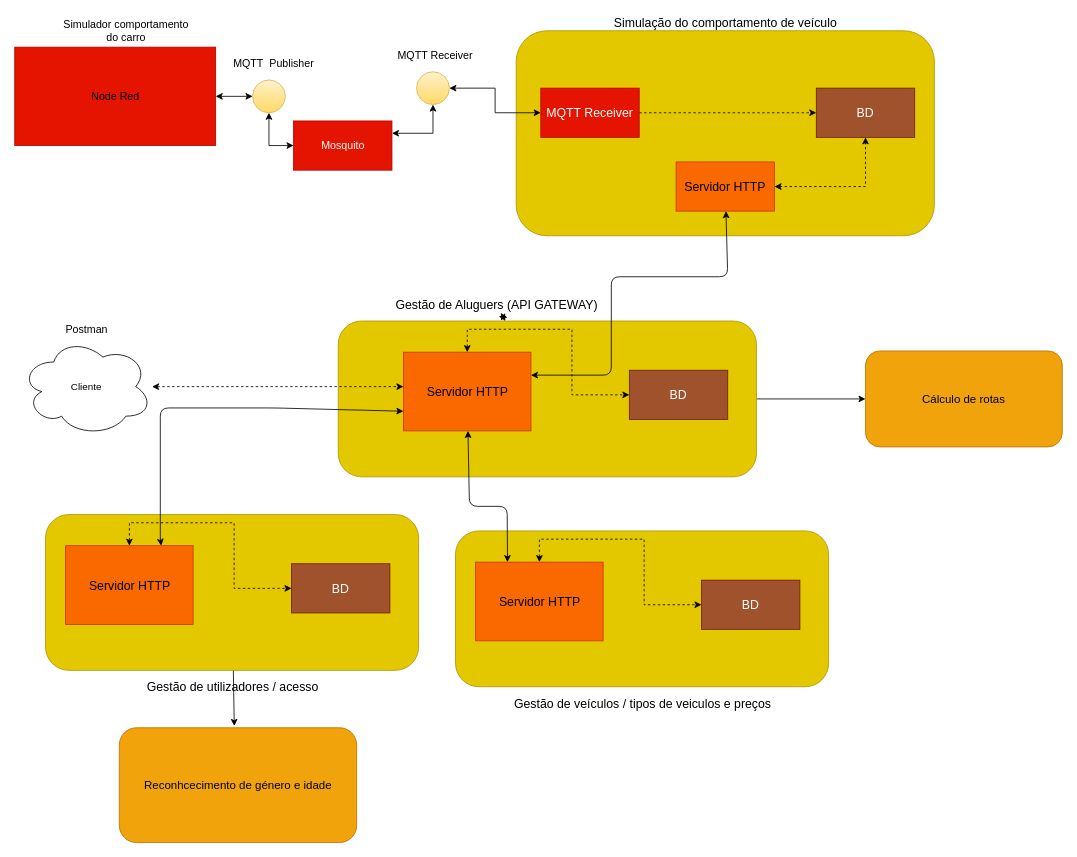
Earlier version of the draw.io diagram page "V1" (1 of 2) of _documentation/architecture.drawio (ricsab/Trabalho-PCC). Source tidied: cells renumbered, new cells numbered last; positions are measured from the earlier drawing's top-left corner, leaving out a move shared by most shapes. Both pictures are drawn from the tidied source at 82%, with x=0, y=0 at pixel (14, 14).
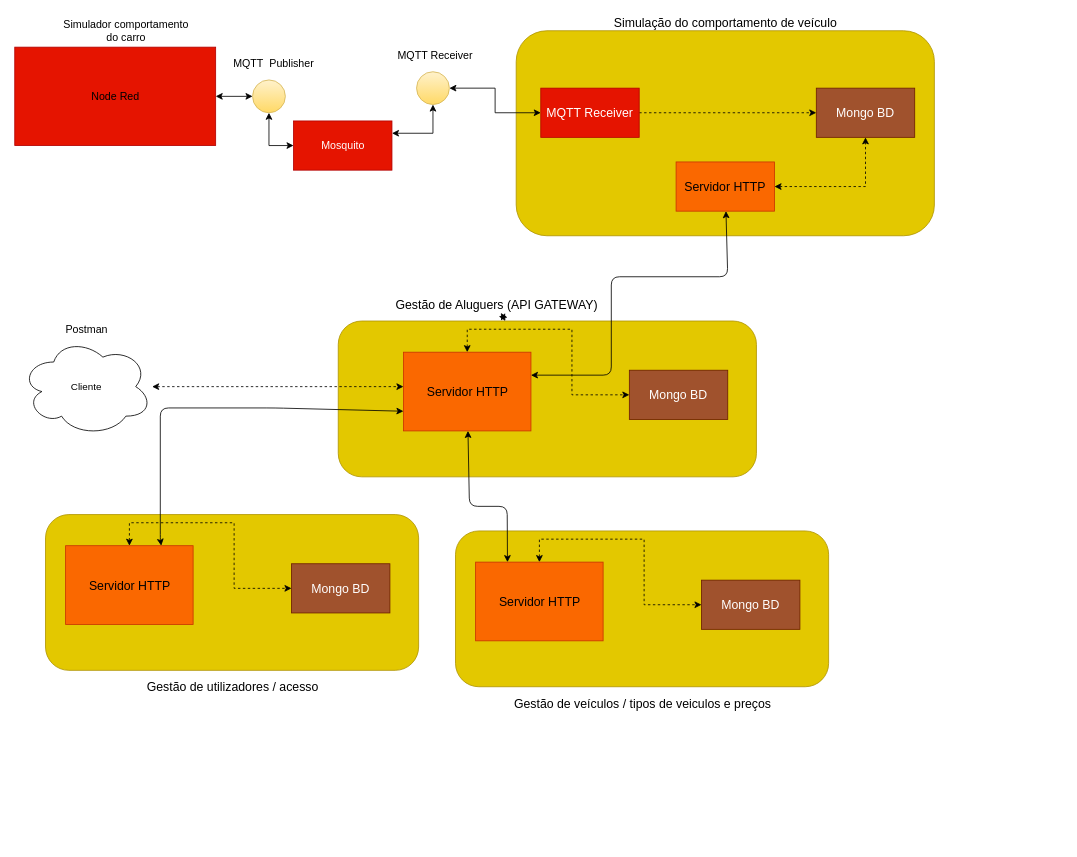
Above is the later version.

The change refers to these unchanged cells:
```xml
<mxCell id="24" style="rounded=1;whiteSpace=wrap;html=1;fillColor=#e3c800;strokeColor=#B09500;fontColor=#000000;" parent="1" vertex="1">
  <mxGeometry x="38" y="610" width="455" height="190" as="geometry" />
</mxCell>
<mxCell id="30" style="rounded=1;whiteSpace=wrap;html=1;fillColor=#e3c800;strokeColor=#B09500;fontColor=#000000;" parent="1" vertex="1">
  <mxGeometry x="395" y="374" width="510" height="190" as="geometry" />
</mxCell>
```

The edit, as a diff of the source:
```diff
@@
-    <mxCell id="20" value="BD" style="rounded=0;whiteSpace=wrap;html=1;fontSize=15;strokeWidth=1;fillColor=#a0522d;strokeColor=#6D1F00;fontColor=#ffffff;" parent="1" vertex="1">
+    <mxCell id="20" value="Mongo BD" style="rounded=0;whiteSpace=wrap;html=1;fontSize=15;strokeWidth=1;fillColor=#a0522d;strokeColor=#6D1F00;fontColor=#ffffff;" parent="1" vertex="1">
       <mxGeometry x="978" y="90" width="120" height="60" as="geometry" />
     </mxCell>
@@
-    <mxCell id="23" style="edgeStyle=none;html=1;entryX=0.454;entryY=-0.016;entryDx=0;entryDy=0;entryPerimeter=0;" parent="1" edge="1" source="24">
-      <mxGeometry relative="1" as="geometry">
-        <mxPoint x="268.2" y="867.8" as="targetPoint" />
-      </mxGeometry>
-    </mxCell>
@@
-    <mxCell id="25" value="BD" style="rounded=0;whiteSpace=wrap;html=1;fontSize=15;strokeWidth=1;fillColor=#a0522d;strokeColor=#6D1F00;fontColor=#ffffff;" parent="1" vertex="1">
+    <mxCell id="25" value="Mongo BD" style="rounded=0;whiteSpace=wrap;html=1;fontSize=15;strokeWidth=1;fillColor=#a0522d;strokeColor=#6D1F00;fontColor=#ffffff;" parent="1" vertex="1">
       <mxGeometry x="338" y="670" width="120" height="60" as="geometry" />
     </mxCell>
@@
-    <mxCell id="29" style="edgeStyle=none;html=1;entryX=0;entryY=0.5;entryDx=0;entryDy=0;" parent="1" edge="1" source="30">
-      <mxGeometry relative="1" as="geometry">
-        <mxPoint x="1038" y="469" as="targetPoint" />
-      </mxGeometry>
-    </mxCell>
@@
-    <mxCell id="31" value="BD" style="rounded=0;whiteSpace=wrap;html=1;fontSize=15;strokeWidth=1;fillColor=#a0522d;strokeColor=#6D1F00;fontColor=#ffffff;" parent="1" vertex="1">
+    <mxCell id="31" value="Mongo BD" style="rounded=0;whiteSpace=wrap;html=1;fontSize=15;strokeWidth=1;fillColor=#a0522d;strokeColor=#6D1F00;fontColor=#ffffff;" parent="1" vertex="1">
       <mxGeometry x="750" y="434" width="120" height="60" as="geometry" />
     </mxCell>
@@
-    <mxCell id="39" value="BD" style="rounded=0;whiteSpace=wrap;html=1;fontSize=15;strokeWidth=1;fillColor=#a0522d;strokeColor=#6D1F00;fontColor=#ffffff;" parent="1" vertex="1">
+    <mxCell id="39" value="Mongo BD" style="rounded=0;whiteSpace=wrap;html=1;fontSize=15;strokeWidth=1;fillColor=#a0522d;strokeColor=#6D1F00;fontColor=#ffffff;" parent="1" vertex="1">
       <mxGeometry x="838" y="690" width="120" height="60" as="geometry" />
     </mxCell>
@@
-    <mxCell id="45" value="&lt;font style=&quot;font-size: 14px&quot;&gt;Cálculo de rotas&lt;/font&gt;" style="rounded=1;whiteSpace=wrap;html=1;fillColor=#f0a30a;strokeColor=#BD7000;fontColor=#000000;" parent="1" vertex="1">
-      <mxGeometry x="1038" y="410.5" width="240" height="117" as="geometry" />
-    </mxCell>
-    <mxCell id="46" value="&lt;font style=&quot;font-size: 14px&quot;&gt;Reconhcecimento de género e idade&lt;/font&gt;" style="rounded=1;whiteSpace=wrap;html=1;fillColor=#f0a30a;strokeColor=#BD7000;fontColor=#000000;" parent="1" vertex="1">
-      <mxGeometry x="128" y="870" width="289.5" height="140" as="geometry" />
-    </mxCell>
```
